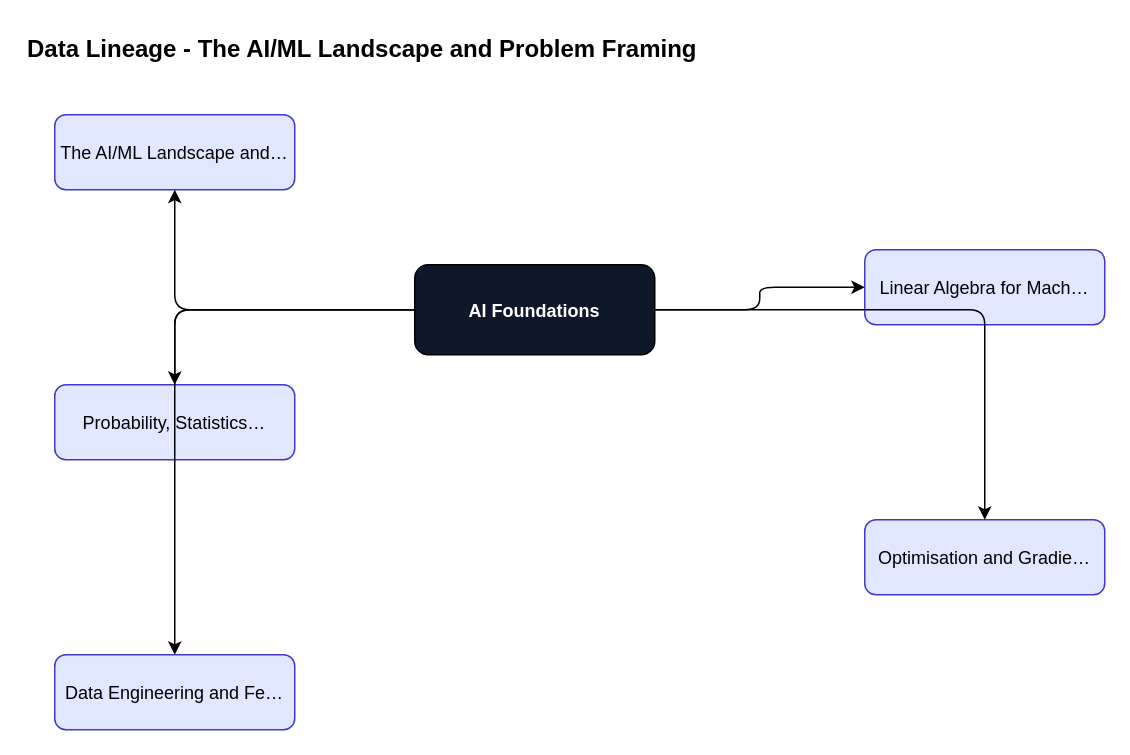
Above: content/ai-foundations/ai-foundations-foundations/diagrams/fig-001-data-lineage.drawio in ankit05121980/AI-University (draw.io), before the change. Source tidied: cells renumbered, new cells numbered last; positions are measured from the earlier drawing's top-left corner, leaving out a move shared by most shapes. Both pictures are drawn from the tidied source at 150%, with x=0, y=0 at pixel (24, 24).
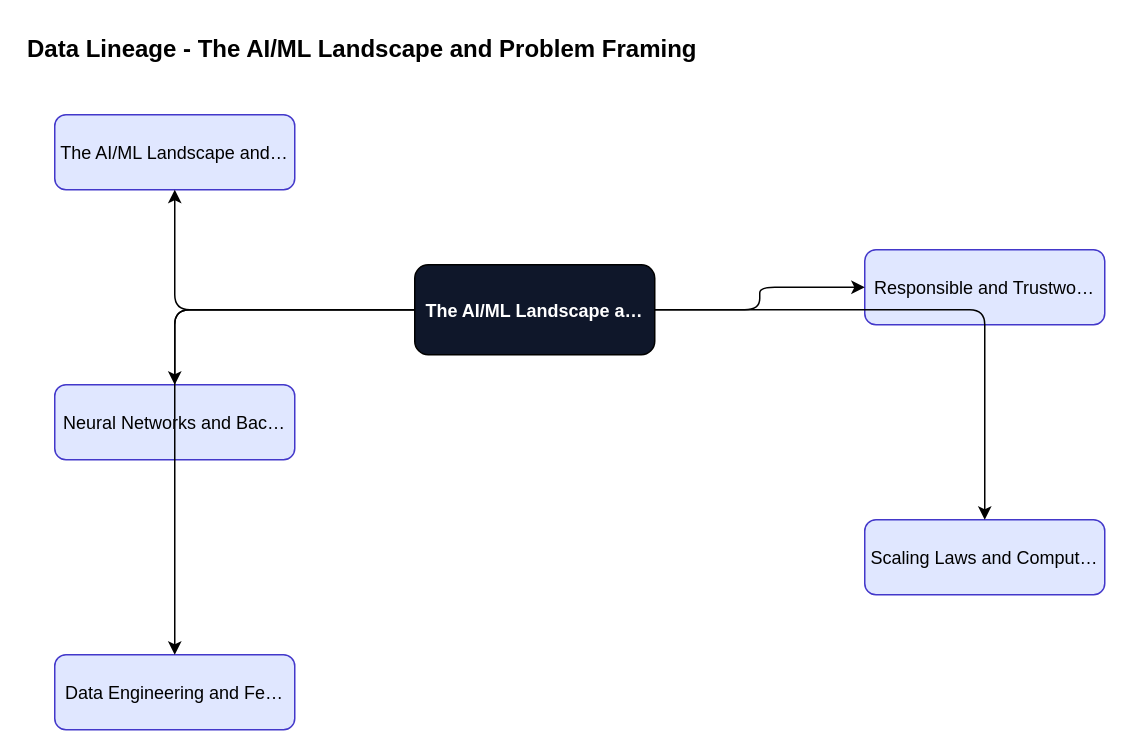
After the change.

Diff of the diagram source:
```diff
@@
 <mxGraphModel>
   <root>
     <mxCell id="0" />
     <mxCell id="1" parent="0" />
     <mxCell id="2" value="Data Lineage - The AI/ML Landscape and Problem Framing" style="text;fontSize=16;fontStyle=1;" parent="1" vertex="1">
       <mxGeometry width="600" height="30" as="geometry" />
     </mxCell>
-    <mxCell id="3" value="AI Foundations" style="rounded=1;fillColor=#0f172a;fontColor=#ffffff;fontStyle=1;" parent="1" vertex="1">
+    <mxCell id="3" value="The AI/ML Landscape a…" style="rounded=1;fillColor=#0f172a;fontColor=#ffffff;fontStyle=1;" parent="1" vertex="1">
       <mxGeometry x="260" y="160" width="160" height="60" as="geometry" />
     </mxCell>
     <mxCell id="4" value="The AI/ML Landscape and…" style="rounded=1;fillColor=#e0e7ff;strokeColor=#4338ca;" parent="1" vertex="1">
       <mxGeometry x="20" y="60" width="160" height="50" as="geometry" />
     </mxCell>
     <mxCell id="5" style="edgeStyle=orthogonalEdgeStyle;" parent="1" edge="1" source="3" target="4">
       <mxGeometry relative="1" as="geometry" />
     </mxCell>
-    <mxCell id="6" value="Linear Algebra for Mach…" style="rounded=1;fillColor=#e0e7ff;strokeColor=#4338ca;" parent="1" vertex="1">
+    <mxCell id="6" value="Responsible and Trustwo…" style="rounded=1;fillColor=#e0e7ff;strokeColor=#4338ca;" parent="1" vertex="1">
       <mxGeometry x="560" y="150" width="160" height="50" as="geometry" />
     </mxCell>
     <mxCell id="7" style="edgeStyle=orthogonalEdgeStyle;" parent="1" edge="1" source="3" target="6">
       <mxGeometry relative="1" as="geometry" />
     </mxCell>
-    <mxCell id="8" value="Probability, Statistics…" style="rounded=1;fillColor=#e0e7ff;strokeColor=#4338ca;" parent="1" vertex="1">
+    <mxCell id="8" value="Neural Networks and Bac…" style="rounded=1;fillColor=#e0e7ff;strokeColor=#4338ca;" parent="1" vertex="1">
       <mxGeometry x="20" y="240" width="160" height="50" as="geometry" />
     </mxCell>
     <mxCell id="9" style="edgeStyle=orthogonalEdgeStyle;" parent="1" edge="1" source="3" target="8">
       <mxGeometry relative="1" as="geometry" />
     </mxCell>
-    <mxCell id="10" value="Optimisation and Gradie…" style="rounded=1;fillColor=#e0e7ff;strokeColor=#4338ca;" parent="1" vertex="1">
+    <mxCell id="10" value="Scaling Laws and Comput…" style="rounded=1;fillColor=#e0e7ff;strokeColor=#4338ca;" parent="1" vertex="1">
       <mxGeometry x="560" y="330" width="160" height="50" as="geometry" />
     </mxCell>
     <mxCell id="11" style="edgeStyle=orthogonalEdgeStyle;" parent="1" edge="1" source="3" target="10">
       <mxGeometry relative="1" as="geometry" />
     </mxCell>
     <mxCell id="12" value="Data Engineering and Fe…" style="rounded=1;fillColor=#e0e7ff;strokeColor=#4338ca;" parent="1" vertex="1">
       <mxGeometry x="20" y="420" width="160" height="50" as="geometry" />
     </mxCell>
     <mxCell id="13" style="edgeStyle=orthogonalEdgeStyle;" parent="1" edge="1" source="3" target="12">
       <mxGeometry relative="1" as="geometry" />
     </mxCell>
   </root>
 </mxGraphModel>
```
